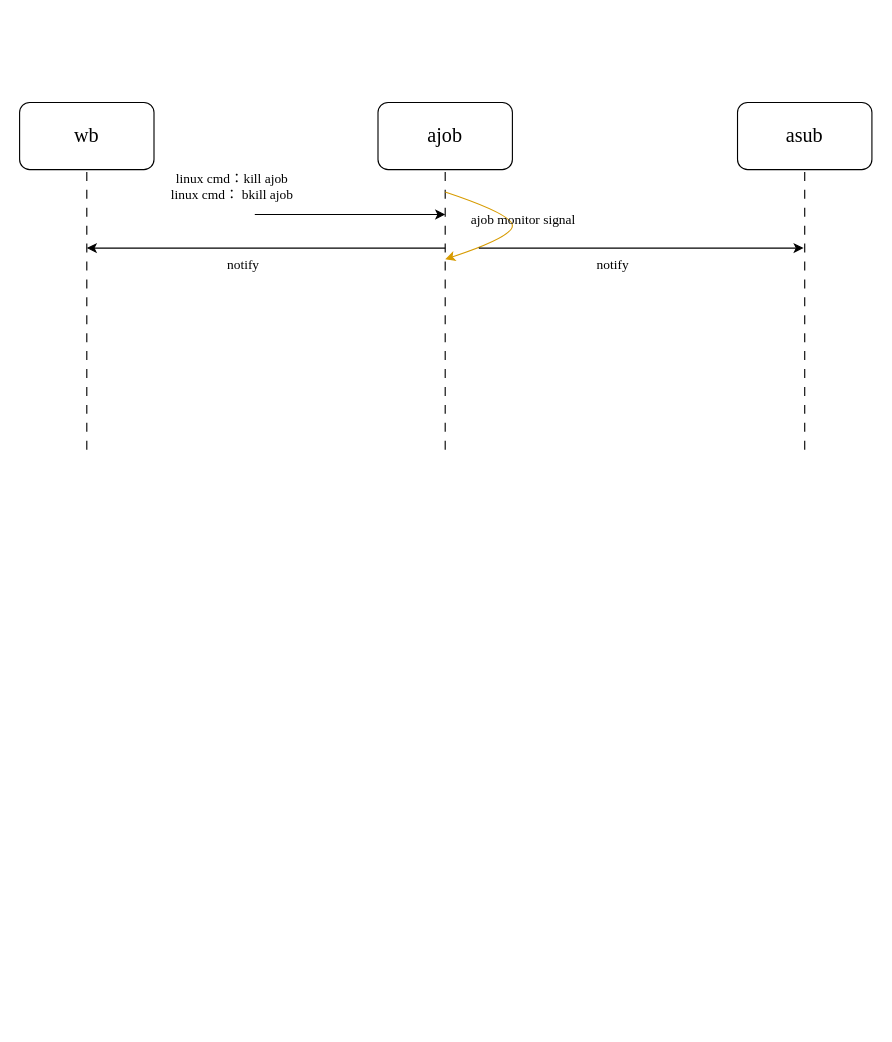
This is 20230613.drawio from huijian2019/wb-tool, a draw.io file, before an edit. Source tidied: cells renumbered, new cells numbered last; positions are measured from the earlier drawing's top-left corner, leaving out a move shared by most shapes. Both pictures are drawn from the tidied source at 112%, with x=0, y=0 at pixel (19, 102).
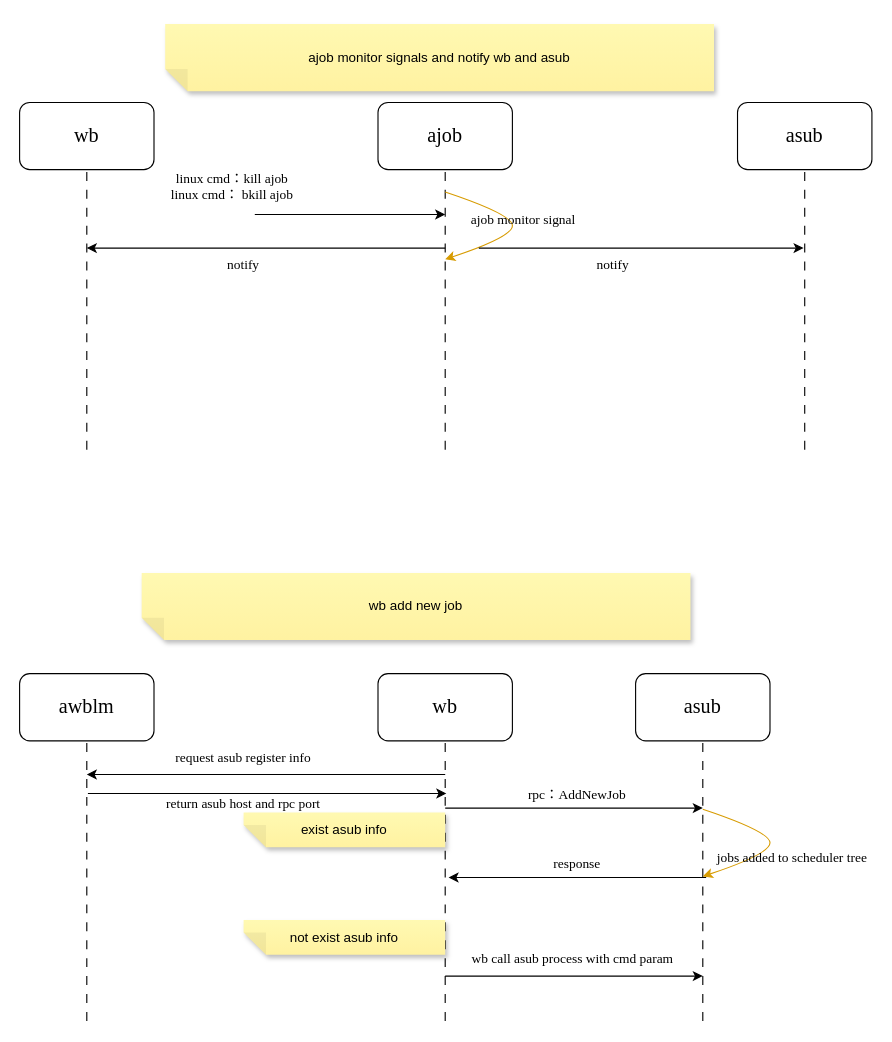
The same page after the edit.

Diff of the diagram source:
```diff
@@
+    <mxCell id="16" value="ajob monitor signals and notify wb and asub" style="shape=note;whiteSpace=wrap;html=1;backgroundOutline=1;fontColor=#000000;darkOpacity=0.05;fillColor=#FFF9B2;strokeColor=none;fillStyle=solid;direction=west;gradientDirection=north;gradientColor=#FFF2A1;shadow=1;size=20;" parent="1" vertex="1">
+      <mxGeometry x="130" y="-70" width="490" height="60" as="geometry" />
+    </mxCell>
+    <mxCell id="17" value="wb add new job" style="shape=note;whiteSpace=wrap;html=1;backgroundOutline=1;fontColor=#000000;darkOpacity=0.05;fillColor=#FFF9B2;strokeColor=none;fillStyle=solid;direction=west;gradientDirection=north;gradientColor=#FFF2A1;shadow=1;size=20;" parent="1" vertex="1">
+      <mxGeometry x="109" y="420" width="490" height="60" as="geometry" />
+    </mxCell>
+    <mxCell id="18" value="&lt;font face=&quot;Times New Roman&quot; style=&quot;font-size: 18px;&quot;&gt;wb&lt;/font&gt;" style="rounded=1;whiteSpace=wrap;html=1;" parent="1" vertex="1">
+      <mxGeometry x="320" y="510" width="120" height="60" as="geometry" />
+    </mxCell>
+    <mxCell id="19" style="endArrow=none;html=1;rounded=0;entryX=0.5;entryY=1;entryDx=0;entryDy=0;dashed=1;dashPattern=8 8;" parent="1" edge="1" target="18">
+      <mxGeometry relative="1" as="geometry">
+        <mxPoint x="380" y="820" as="sourcePoint" />
+      </mxGeometry>
+    </mxCell>
+    <mxCell id="20" value="&lt;span style=&quot;font-size: 18px;&quot;&gt;&lt;font face=&quot;Times New Roman&quot;&gt;awblm&lt;/font&gt;&lt;/span&gt;" style="rounded=1;whiteSpace=wrap;html=1;" parent="1" vertex="1">
+      <mxGeometry y="510" width="120" height="60" as="geometry" />
+    </mxCell>
+    <mxCell id="21" style="endArrow=none;html=1;rounded=0;entryX=0.5;entryY=1;entryDx=0;entryDy=0;dashed=1;dashPattern=8 8;" parent="1" edge="1" target="20">
+      <mxGeometry relative="1" as="geometry">
+        <mxPoint x="60" y="820" as="sourcePoint" />
+      </mxGeometry>
+    </mxCell>
+    <mxCell id="22" value="&lt;span style=&quot;font-size: 18px;&quot;&gt;&lt;font face=&quot;Times New Roman&quot;&gt;asub&lt;/font&gt;&lt;/span&gt;" style="rounded=1;whiteSpace=wrap;html=1;" parent="1" vertex="1">
+      <mxGeometry x="550" y="510" width="120" height="60" as="geometry" />
+    </mxCell>
+    <mxCell id="23" style="endArrow=none;html=1;rounded=0;entryX=0.5;entryY=1;entryDx=0;entryDy=0;dashed=1;dashPattern=8 8;" parent="1" edge="1" target="22">
+      <mxGeometry relative="1" as="geometry">
+        <mxPoint x="610" y="820" as="sourcePoint" />
+      </mxGeometry>
+    </mxCell>
+    <mxCell id="24" style="endArrow=none;html=1;rounded=0;startArrow=classic;startFill=1;endFill=0;" parent="1" edge="1">
+      <mxGeometry relative="1" as="geometry">
+        <mxPoint x="60" y="600" as="sourcePoint" />
+        <mxPoint x="380" y="600" as="targetPoint" />
+      </mxGeometry>
+    </mxCell>
+    <mxCell id="25" style="endArrow=classic;html=1;rounded=0;startArrow=none;startFill=0;endFill=1;" parent="1" edge="1">
+      <mxGeometry relative="1" as="geometry">
+        <mxPoint x="380" y="630" as="sourcePoint" />
+        <mxPoint x="610" y="630" as="targetPoint" />
+      </mxGeometry>
+    </mxCell>
+    <mxCell id="26" value="&lt;font face=&quot;Times New Roman&quot;&gt;request asub register info&lt;/font&gt;" style="text;strokeColor=none;align=center;fillColor=none;html=1;verticalAlign=middle;whiteSpace=wrap;rounded=0;" parent="1" vertex="1">
+      <mxGeometry x="130" y="570" width="140" height="30" as="geometry" />
+    </mxCell>
+    <mxCell id="27" value="&lt;font face=&quot;Times New Roman&quot;&gt;rpc：AddNewJob&lt;br&gt;&lt;/font&gt;" style="text;strokeColor=none;align=center;fillColor=none;html=1;verticalAlign=middle;whiteSpace=wrap;rounded=0;" parent="1" vertex="1">
+      <mxGeometry x="428" y="603" width="140" height="30" as="geometry" />
+    </mxCell>
+    <mxCell id="28" style="endArrow=classic;html=1;rounded=0;startArrow=none;startFill=0;endFill=1;" parent="1" edge="1">
+      <mxGeometry relative="1" as="geometry">
+        <mxPoint x="61" y="617" as="sourcePoint" />
+        <mxPoint x="381" y="617" as="targetPoint" />
+      </mxGeometry>
+    </mxCell>
+    <mxCell id="29" value="&lt;font face=&quot;Times New Roman&quot;&gt;return asub host and rpc port&lt;/font&gt;" style="text;strokeColor=none;align=center;fillColor=none;html=1;verticalAlign=middle;whiteSpace=wrap;rounded=0;" parent="1" vertex="1">
+      <mxGeometry x="130" y="611" width="140" height="30" as="geometry" />
+    </mxCell>
+    <mxCell id="30" style="curved=1;endArrow=none;html=1;rounded=0;startArrow=classic;startFill=1;endFill=0;fillColor=#ffe6cc;strokeColor=#d79b00;" parent="1" edge="1">
+      <mxGeometry relative="1" as="geometry">
+        <mxPoint x="610" y="691" as="sourcePoint" />
+        <mxPoint x="610" y="631" as="targetPoint" />
+        <Array as="points">
+          <mxPoint x="670" y="671" />
+          <mxPoint x="670" y="651" />
+        </Array>
+      </mxGeometry>
+    </mxCell>
+    <mxCell id="31" value="&lt;font face=&quot;Times New Roman&quot;&gt;jobs added to scheduler tree&lt;/font&gt;" style="text;strokeColor=none;align=center;fillColor=none;html=1;verticalAlign=middle;whiteSpace=wrap;rounded=0;" parent="1" vertex="1">
+      <mxGeometry x="620" y="660" width="140" height="30" as="geometry" />
+    </mxCell>
+    <mxCell id="32" style="endArrow=none;html=1;rounded=0;startArrow=classic;startFill=1;endFill=0;" parent="1" edge="1">
+      <mxGeometry relative="1" as="geometry">
+        <mxPoint x="383" y="692" as="sourcePoint" />
+        <mxPoint x="613" y="692" as="targetPoint" />
+      </mxGeometry>
+    </mxCell>
+    <mxCell id="33" value="&lt;font face=&quot;Times New Roman&quot;&gt;response&lt;br&gt;&lt;/font&gt;" style="text;strokeColor=none;align=center;fillColor=none;html=1;verticalAlign=middle;whiteSpace=wrap;rounded=0;" parent="1" vertex="1">
+      <mxGeometry x="428" y="665" width="140" height="30" as="geometry" />
+    </mxCell>
+    <mxCell id="34" value="exist asub info" style="shape=note;whiteSpace=wrap;html=1;backgroundOutline=1;fontColor=#000000;darkOpacity=0.05;fillColor=#FFF9B2;strokeColor=none;fillStyle=solid;direction=west;gradientDirection=north;gradientColor=#FFF2A1;shadow=1;size=20;" parent="1" vertex="1">
+      <mxGeometry x="200" y="634" width="180" height="31" as="geometry" />
+    </mxCell>
+    <mxCell id="35" value="not exist asub info" style="shape=note;whiteSpace=wrap;html=1;backgroundOutline=1;fontColor=#000000;darkOpacity=0.05;fillColor=#FFF9B2;strokeColor=none;fillStyle=solid;direction=west;gradientDirection=north;gradientColor=#FFF2A1;shadow=1;size=20;" parent="1" vertex="1">
+      <mxGeometry x="200" y="730" width="180" height="31" as="geometry" />
+    </mxCell>
+    <mxCell id="36" style="endArrow=classic;html=1;rounded=0;startArrow=none;startFill=0;endFill=1;" parent="1" edge="1">
+      <mxGeometry relative="1" as="geometry">
+        <mxPoint x="380" y="780" as="sourcePoint" />
+        <mxPoint x="610" y="780" as="targetPoint" />
+      </mxGeometry>
+    </mxCell>
+    <mxCell id="37" value="&lt;font face=&quot;Times New Roman&quot;&gt;wb call asub process with cmd param&lt;br&gt;&lt;/font&gt;" style="text;strokeColor=none;align=center;fillColor=none;html=1;verticalAlign=middle;whiteSpace=wrap;rounded=0;" parent="1" vertex="1">
+      <mxGeometry x="388" y="750" width="212" height="30" as="geometry" />
+    </mxCell>
```
